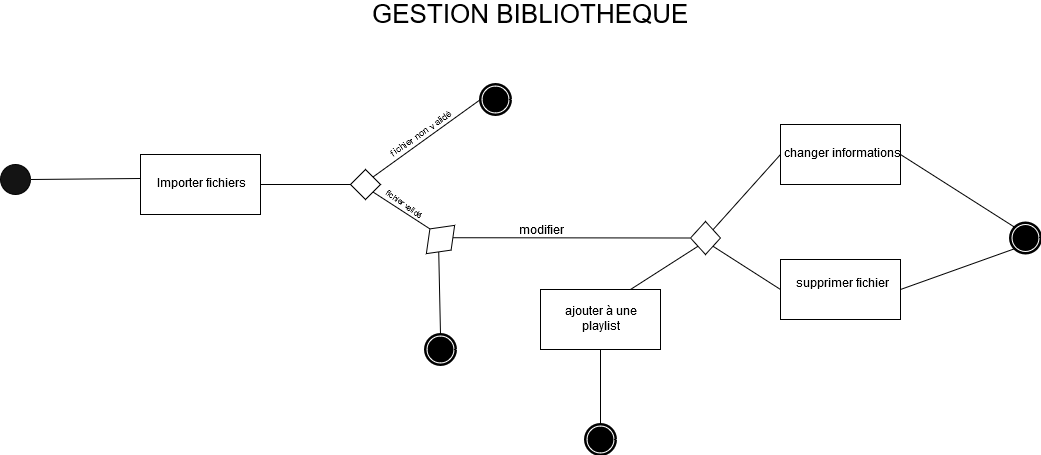
The draw.io diagram Documents/ressources/diagr_activite_gestion_bibliotheque.png in Wilders/GraVTunes, before a commit. Source tidied: cells renumbered, new cells last; positions are measured from the earlier drawing's top-left corner, leaving out a move shared by most shapes.
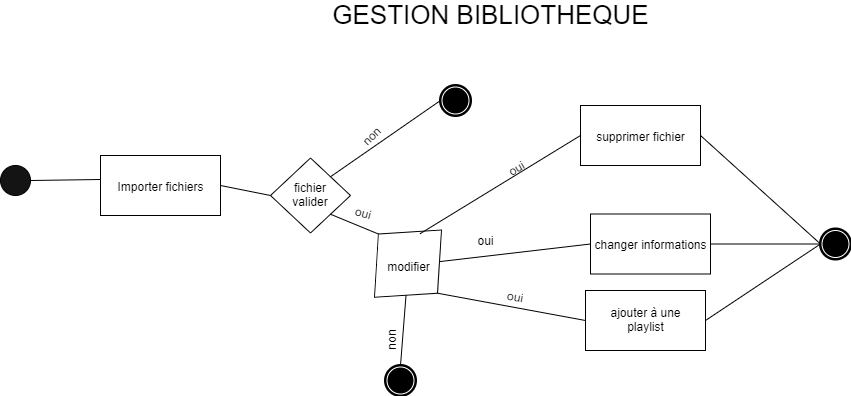
After the commit.

Commit message:
Modification du diagramme d'activité de la gestion de la bibliotèque perso + MAJ de l'étude préalable

Change to the diagram source:
```diff
@@ -3,37 +3,34 @@
     <mxCell id="0" />
     <mxCell id="1" parent="0" />
     <mxCell id="2" style="shape=mxgraph.bpmn.shape;html=1;verticalLabelPosition=bottom;labelBackgroundColor=#ffffff;verticalAlign=top;align=center;perimeter=ellipsePerimeter;outlineConnect=0;outline=standard;symbol=general;fillColor=#141414;" parent="1" vertex="1">
-      <mxGeometry y="160" width="30" height="30" as="geometry" />
+      <mxGeometry x="40" y="160" width="30" height="30" as="geometry" />
     </mxCell>
     <mxCell id="3" style="rounded=0;whiteSpace=wrap;html=1;" parent="1" vertex="1">
       <mxGeometry x="140" y="150" width="120" height="60" as="geometry" />
     </mxCell>
     <mxCell id="4" style="rhombus;whiteSpace=wrap;html=1;" parent="1" vertex="1">
-      <mxGeometry x="350" y="165" width="30" height="30" as="geometry" />
+      <mxGeometry x="310" y="152.5" width="80" height="75" as="geometry" />
     </mxCell>
     <mxCell id="5" style="shape=mxgraph.bpmn.shape;html=1;verticalLabelPosition=bottom;labelBackgroundColor=#ffffff;verticalAlign=top;align=center;perimeter=ellipsePerimeter;outlineConnect=0;outline=end;symbol=terminate;" parent="1" vertex="1">
       <mxGeometry x="480" y="80" width="30" height="30" as="geometry" />
     </mxCell>
     <mxCell id="6" style="rhombus;whiteSpace=wrap;html=1;rotation=-45;" parent="1" vertex="1">
-      <mxGeometry x="420" y="220" width="40" height="30" as="geometry" />
+      <mxGeometry x="400" y="216.2" width="95" height="83.8" as="geometry" />
     </mxCell>
-    <mxCell id="7" style="rhombus;whiteSpace=wrap;html=1;" parent="1" vertex="1">
-      <mxGeometry x="690" y="217" width="30" height="33" as="geometry" />
-    </mxCell>
     <mxCell id="8" style="shape=mxgraph.bpmn.shape;html=1;verticalLabelPosition=bottom;labelBackgroundColor=#ffffff;verticalAlign=top;align=center;perimeter=ellipsePerimeter;outlineConnect=0;outline=end;symbol=terminate;" parent="1" vertex="1">
-      <mxGeometry x="425" y="330" width="30" height="30" as="geometry" />
+      <mxGeometry x="425" y="360" width="30" height="30" as="geometry" />
     </mxCell>
     <mxCell id="9" style="rounded=0;whiteSpace=wrap;html=1;" parent="1" vertex="1">
-      <mxGeometry x="540" y="285" width="120" height="60" as="geometry" />
+      <mxGeometry x="625" y="285" width="120" height="60" as="geometry" />
     </mxCell>
     <mxCell id="10" style="rounded=0;whiteSpace=wrap;html=1;" parent="1" vertex="1">
-      <mxGeometry x="780" y="120" width="120" height="60" as="geometry" />
+      <mxGeometry x="630" y="208.5" width="120" height="60" as="geometry" />
     </mxCell>
     <mxCell id="11" style="rounded=0;whiteSpace=wrap;html=1;" parent="1" vertex="1">
-      <mxGeometry x="780" y="255" width="120" height="60" as="geometry" />
+      <mxGeometry x="620" y="100" width="120" height="60" as="geometry" />
     </mxCell>
     <mxCell id="12" style="shape=mxgraph.bpmn.shape;html=1;verticalLabelPosition=bottom;labelBackgroundColor=#ffffff;verticalAlign=top;align=center;perimeter=ellipsePerimeter;outlineConnect=0;outline=end;symbol=terminate;" parent="1" vertex="1">
-      <mxGeometry x="1010" y="218.5" width="30" height="30" as="geometry" />
+      <mxGeometry x="860" y="223.5" width="30" height="30" as="geometry" />
     </mxCell>
     <mxCell id="13" value="Importer fichiers" style="text;html=1;align=center;verticalAlign=middle;" parent="1" vertex="1">
       <mxGeometry x="150" y="170" width="100" height="20" as="geometry" />
@@ -53,50 +50,61 @@
     <mxCell id="18" style="endArrow=none;html=1;entryX=0;entryY=1;entryDx=0;entryDy=0;exitX=0.5;exitY=0;exitDx=0;exitDy=0;" parent="1" edge="1" source="8" target="6">
       <mxGeometry relative="1" as="geometry" />
     </mxCell>
-    <mxCell id="19" style="endArrow=none;html=1;exitX=1;exitY=1;exitDx=0;exitDy=0;entryX=0;entryY=0.5;entryDx=0;entryDy=0;" parent="1" edge="1" source="6" target="7">
+    <mxCell id="19" style="endArrow=none;html=1;exitX=1;exitY=1;exitDx=0;exitDy=0;entryX=0;entryY=0.5;entryDx=0;entryDy=0;" parent="1" edge="1" source="6" target="10">
       <mxGeometry relative="1" as="geometry" />
     </mxCell>
-    <mxCell id="20" style="endArrow=none;html=1;exitX=0.75;exitY=0;exitDx=0;exitDy=0;entryX=0;entryY=1;entryDx=0;entryDy=0;" parent="1" edge="1" source="9" target="7">
-      <mxGeometry relative="1" as="geometry" />
-    </mxCell>
-    <mxCell id="21" style="endArrow=none;html=1;exitX=1;exitY=0;exitDx=0;exitDy=0;entryX=0;entryY=0.5;entryDx=0;entryDy=0;" parent="1" edge="1" source="7" target="10">
-      <mxGeometry relative="1" as="geometry" />
-    </mxCell>
-    <mxCell id="22" style="endArrow=none;html=1;exitX=1;exitY=1;exitDx=0;exitDy=0;entryX=0;entryY=0.5;entryDx=0;entryDy=0;" parent="1" edge="1" source="7" target="11">
-      <mxGeometry relative="1" as="geometry" />
-    </mxCell>
-    <mxCell id="23" style="endArrow=none;html=1;exitX=1;exitY=0.5;exitDx=0;exitDy=0;entryX=0.145;entryY=0.145;entryDx=0;entryDy=0;entryPerimeter=0;" parent="1" edge="1" source="10" target="12">
+    <mxCell id="23" style="endArrow=none;html=1;exitX=1;exitY=0.5;exitDx=0;exitDy=0;entryX=0;entryY=0.5;entryDx=0;entryDy=0;" parent="1" edge="1" source="10" target="12">
       <mxGeometry relative="1" as="geometry" />
     </mxCell>
-    <mxCell id="24" style="endArrow=none;html=1;exitX=1;exitY=0.5;exitDx=0;exitDy=0;entryX=0.145;entryY=0.855;entryDx=0;entryDy=0;entryPerimeter=0;" parent="1" edge="1" source="11" target="12">
+    <mxCell id="24" style="endArrow=none;html=1;exitX=1;exitY=0.5;exitDx=0;exitDy=0;entryX=0;entryY=0.5;entryDx=0;entryDy=0;" parent="1" edge="1" source="11" target="12">
       <mxGeometry relative="1" as="geometry" />
     </mxCell>
-    <mxCell id="25" value="&lt;font style=&quot;font-size: 9px&quot;&gt;fichier non validé&lt;/font&gt;" style="text;html=1;align=center;verticalAlign=middle;rotation=-35;" parent="1" vertex="1">
-      <mxGeometry x="375" y="120" width="90" height="20" as="geometry" />
-    </mxCell>
-    <mxCell id="26" value="&lt;font style=&quot;font-size: 8px&quot;&gt;fichier validé&lt;/font&gt;" style="text;html=1;align=center;verticalAlign=middle;rotation=35;" parent="1" vertex="1">
-      <mxGeometry x="375" y="190" width="60" height="20" as="geometry" />
-    </mxCell>
     <mxCell id="27" value="modifier" style="text;html=1;align=center;verticalAlign=middle;" parent="1" vertex="1">
-      <mxGeometry x="510" y="217" width="60" height="20" as="geometry" />
+      <mxGeometry x="417.5" y="250" width="60" height="20" as="geometry" />
     </mxCell>
     <mxCell id="28" value="changer informations" style="text;html=1;align=center;verticalAlign=middle;" parent="1" vertex="1">
-      <mxGeometry x="775" y="140" width="130" height="20" as="geometry" />
+      <mxGeometry x="625" y="227.5" width="130" height="20" as="geometry" />
     </mxCell>
     <mxCell id="29" value="supprimer fichier" style="text;html=1;align=center;verticalAlign=middle;" parent="1" vertex="1">
-      <mxGeometry x="790" y="270" width="100" height="20" as="geometry" />
+      <mxGeometry x="630" y="120" width="100" height="20" as="geometry" />
     </mxCell>
     <mxCell id="30" value="&lt;div&gt;ajouter à une&lt;/div&gt;&lt;div&gt;playlist&lt;br&gt;&lt;/div&gt;" style="text;html=1;align=center;verticalAlign=middle;" parent="1" vertex="1">
-      <mxGeometry x="555" y="300" width="90" height="30" as="geometry" />
+      <mxGeometry x="640" y="300" width="90" height="30" as="geometry" />
     </mxCell>
-    <mxCell id="31" style="shape=mxgraph.bpmn.shape;html=1;verticalLabelPosition=bottom;labelBackgroundColor=#ffffff;verticalAlign=top;align=center;perimeter=ellipsePerimeter;outlineConnect=0;outline=end;symbol=terminate;" parent="1" vertex="1">
-      <mxGeometry x="585" y="420" width="30" height="30" as="geometry" />
-    </mxCell>
-    <mxCell id="32" style="endArrow=none;html=1;entryX=0.5;entryY=1;entryDx=0;entryDy=0;exitX=0.5;exitY=0;exitDx=0;exitDy=0;" parent="1" edge="1" source="31" target="9">
+    <mxCell id="32" style="endArrow=none;html=1;entryX=1;entryY=0.5;entryDx=0;entryDy=0;exitX=0;exitY=0.5;exitDx=0;exitDy=0;" parent="1" edge="1" source="12" target="9">
       <mxGeometry relative="1" as="geometry" />
     </mxCell>
     <mxCell id="33" value="&lt;font style=&quot;font-size: 26px&quot;&gt;GESTION BIBLIOTHEQUE&lt;/font&gt;" style="text;html=1;align=center;verticalAlign=middle;" parent="1" vertex="1">
       <mxGeometry x="365" width="330" height="20" as="geometry" />
     </mxCell>
+    <mxCell id="34" value="fichier valider" style="text;html=1;strokeColor=none;fillColor=none;align=center;verticalAlign=middle;whiteSpace=wrap;rounded=0;" parent="1" vertex="1">
+      <mxGeometry x="330" y="180" width="40" height="20" as="geometry" />
+    </mxCell>
+    <mxCell id="35" value="non" style="text;html=1;align=center;verticalAlign=middle;rotation=-90;" parent="1" vertex="1">
+      <mxGeometry x="410" y="325" width="40" height="20" as="geometry" />
+    </mxCell>
+    <mxCell id="36" value="non" style="text;html=1;align=center;verticalAlign=middle;rotation=-45;" parent="1" vertex="1">
+      <mxGeometry x="390" y="120" width="40" height="20" as="geometry" />
+    </mxCell>
+    <mxCell id="37" value="oui" style="text;html=1;align=center;verticalAlign=middle;rotation=15;" parent="1" vertex="1">
+      <mxGeometry x="387.5" y="196.2" width="30" height="20" as="geometry" />
+    </mxCell>
+    <mxCell id="38" value="oui" style="text;html=1;align=center;verticalAlign=middle;rotation=0;" parent="1" vertex="1">
+      <mxGeometry x="510" y="223.5" width="30" height="20" as="geometry" />
+    </mxCell>
+    <mxCell id="39" style="endArrow=none;html=1;entryX=0.5;entryY=1;entryDx=0;entryDy=0;exitX=0;exitY=0.5;exitDx=0;exitDy=0;" parent="1" edge="1" source="9" target="6">
+      <mxGeometry relative="1" as="geometry" />
+    </mxCell>
+    <mxCell id="40" value="oui" style="text;html=1;align=center;verticalAlign=middle;rotation=10;" parent="1" vertex="1">
+      <mxGeometry x="540" y="280" width="30" height="20" as="geometry" />
+    </mxCell>
+    <mxCell id="41" style="endArrow=none;html=1;exitX=1;exitY=0;exitDx=0;exitDy=0;entryX=0;entryY=0.5;entryDx=0;entryDy=0;" parent="1" edge="1" target="11">
+      <mxGeometry relative="1" as="geometry">
+        <mxPoint x="459.5" y="228.2" as="sourcePoint" />
+      </mxGeometry>
+    </mxCell>
+    <mxCell id="42" value="oui" style="text;html=1;align=center;verticalAlign=middle;rotation=-30;" parent="1" vertex="1">
+      <mxGeometry x="540" y="151.8" width="30" height="20" as="geometry" />
+    </mxCell>
   </root>
 </mxGraphModel>
```
